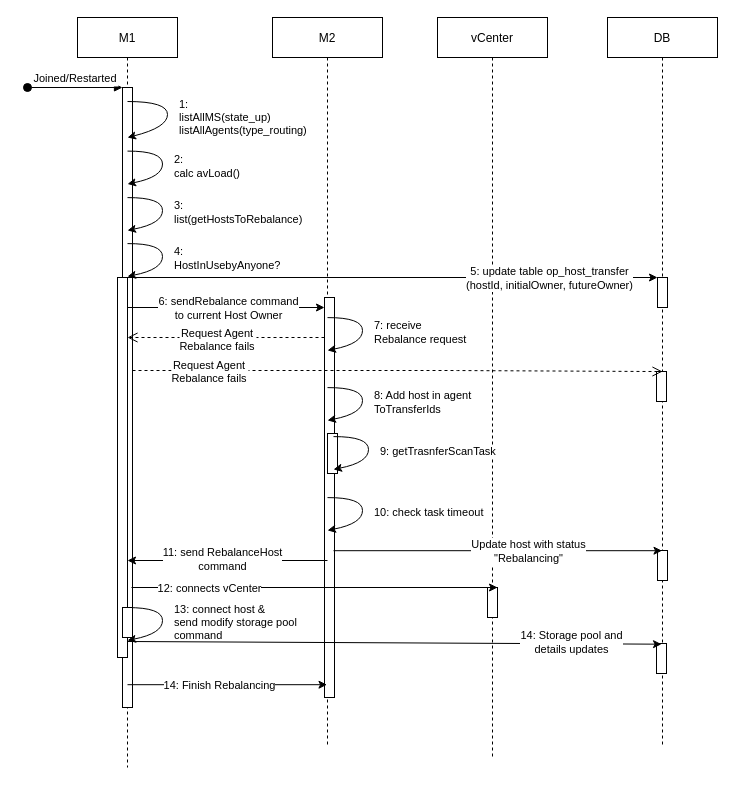
This is page "Sequence" (1 of 4) of AgentRebalance.drawio from abhinavpratapsingh85/Rovius, a draw.io file, before an edit. Source tidied: cells renumbered, new cells numbered last; positions are measured from the earlier drawing's top-left corner, leaving out a move shared by most shapes. Both pictures are drawn from the tidied source at 100%, with x=0, y=0 at pixel (27, 17).
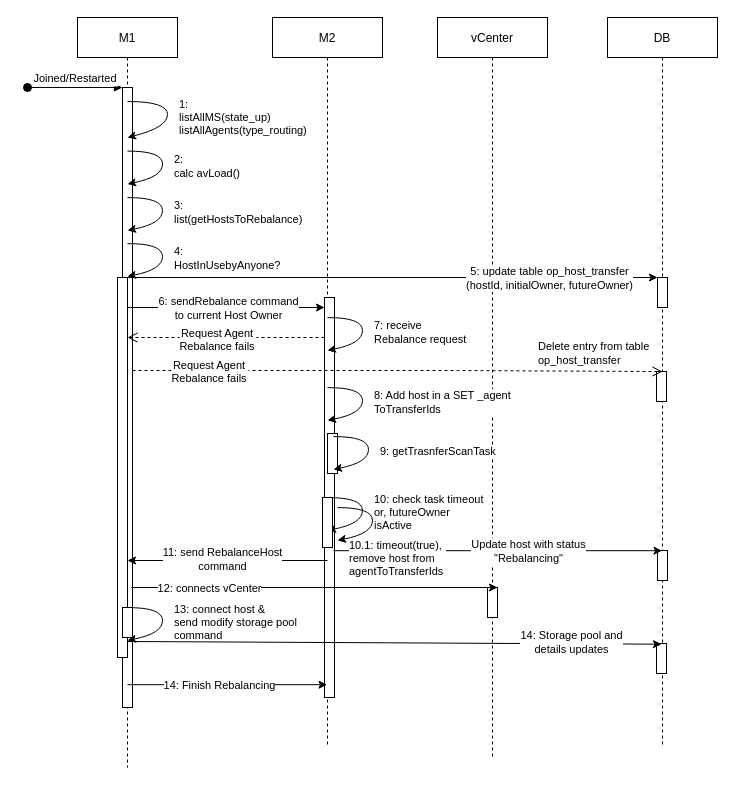
The same diagram, later.

Unchanged cells that the change refers to:
```xml
<mxCell id="27" style="curved=1;endArrow=classic;html=1;exitX=1;exitY=0.074;exitDx=0;exitDy=0;exitPerimeter=0;entryX=1;entryY=0.247;entryDx=0;entryDy=0;entryPerimeter=0;" parent="1" edge="1">
  <mxGeometry relative="1" as="geometry">
    <mxPoint x="300" y="370.1" as="sourcePoint" />
    <mxPoint x="300" y="402.9" as="targetPoint" />
    <Array as="points">
      <mxPoint x="335" y="370" />
      <mxPoint x="335" y="396" />
    </Array>
  </mxGeometry>
</mxCell>
<mxCell id="30" style="curved=1;endArrow=classic;html=1;exitX=1;exitY=0.074;exitDx=0;exitDy=0;exitPerimeter=0;entryX=1;entryY=0.247;entryDx=0;entryDy=0;entryPerimeter=0;" parent="1" edge="1">
  <mxGeometry relative="1" as="geometry">
    <mxPoint x="300" y="480.1" as="sourcePoint" />
    <mxPoint x="300" y="512.9" as="targetPoint" />
    <Array as="points">
      <mxPoint x="335" y="480" />
      <mxPoint x="335" y="506" />
    </Array>
  </mxGeometry>
</mxCell>
```

Diff of the diagram source:
```diff
@@
-    <mxCell id="28" value="8: Add host in agent&lt;br&gt;ToTransferIds" style="edgeLabel;html=1;align=left;verticalAlign=middle;" parent="27" vertex="1">
+    <mxCell id="28" value="8: Add host in a SET _agent&lt;br&gt;ToTransferIds" style="edgeLabel;html=1;align=left;verticalAlign=middle;" parent="27" vertex="1">
       <mxGeometry x="0.03" y="1" relative="1" as="geometry">
         <mxPoint x="9" as="offset" />
       </mxGeometry>
     </mxCell>
@@
-    <mxCell id="31" value="10: check task timeout" style="edgeLabel;html=1;align=left;verticalAlign=middle;" parent="30" vertex="1">
+    <mxCell id="31" value="10: check task timeout&amp;nbsp;&lt;br&gt;or, futureOwner &lt;br&gt;isActive" style="edgeLabel;html=1;align=left;verticalAlign=middle;" parent="30" vertex="1">
       <mxGeometry x="0.03" y="1" relative="1" as="geometry">
         <mxPoint x="9" as="offset" />
       </mxGeometry>
     </mxCell>
@@
+    <mxCell id="51" value="&lt;br&gt;" style="edgeLabel;html=1;align=center;verticalAlign=middle;" parent="1" vertex="1">
+      <mxGeometry x="540" y="260" as="geometry">
+        <mxPoint x="4" y="76" as="offset" />
+      </mxGeometry>
+    </mxCell>
+    <mxCell id="52" value="&lt;span style=&quot;color: rgb(0, 0, 0); font-family: helvetica; font-size: 11px; font-style: normal; font-weight: 400; letter-spacing: normal; text-align: center; text-indent: 0px; text-transform: none; word-spacing: 0px; background-color: rgb(255, 255, 255); display: inline; float: none;&quot;&gt;Delete entry from table op_host_transfer&lt;/span&gt;" style="text;whiteSpace=wrap;html=1;" parent="1" vertex="1">
+      <mxGeometry x="509" y="315" width="120" height="30" as="geometry" />
+    </mxCell>
+    <mxCell id="53" style="perimeter=orthogonalPerimeter;rounded=0;shadow=0;strokeWidth=1;" parent="1" vertex="1">
+      <mxGeometry x="295" y="480" width="10" height="50" as="geometry" />
+    </mxCell>
+    <mxCell id="54" style="curved=1;endArrow=classic;html=1;exitX=1;exitY=0.074;exitDx=0;exitDy=0;exitPerimeter=0;entryX=1;entryY=0.247;entryDx=0;entryDy=0;entryPerimeter=0;" parent="1" edge="1">
+      <mxGeometry relative="1" as="geometry">
+        <mxPoint x="310" y="490.1" as="sourcePoint" />
+        <mxPoint x="310" y="522.9" as="targetPoint" />
+        <Array as="points">
+          <mxPoint x="345" y="490" />
+          <mxPoint x="345" y="516" />
+        </Array>
+      </mxGeometry>
+    </mxCell>
+    <mxCell id="55" value="10.1: timeout(true), &lt;br&gt;remove&amp;nbsp;host from &lt;br&gt;agentToTransferIds&amp;nbsp;" style="edgeLabel;html=1;align=left;verticalAlign=middle;" parent="1" vertex="1">
+      <mxGeometry x="320" y="540" as="geometry" />
+    </mxCell>
```
